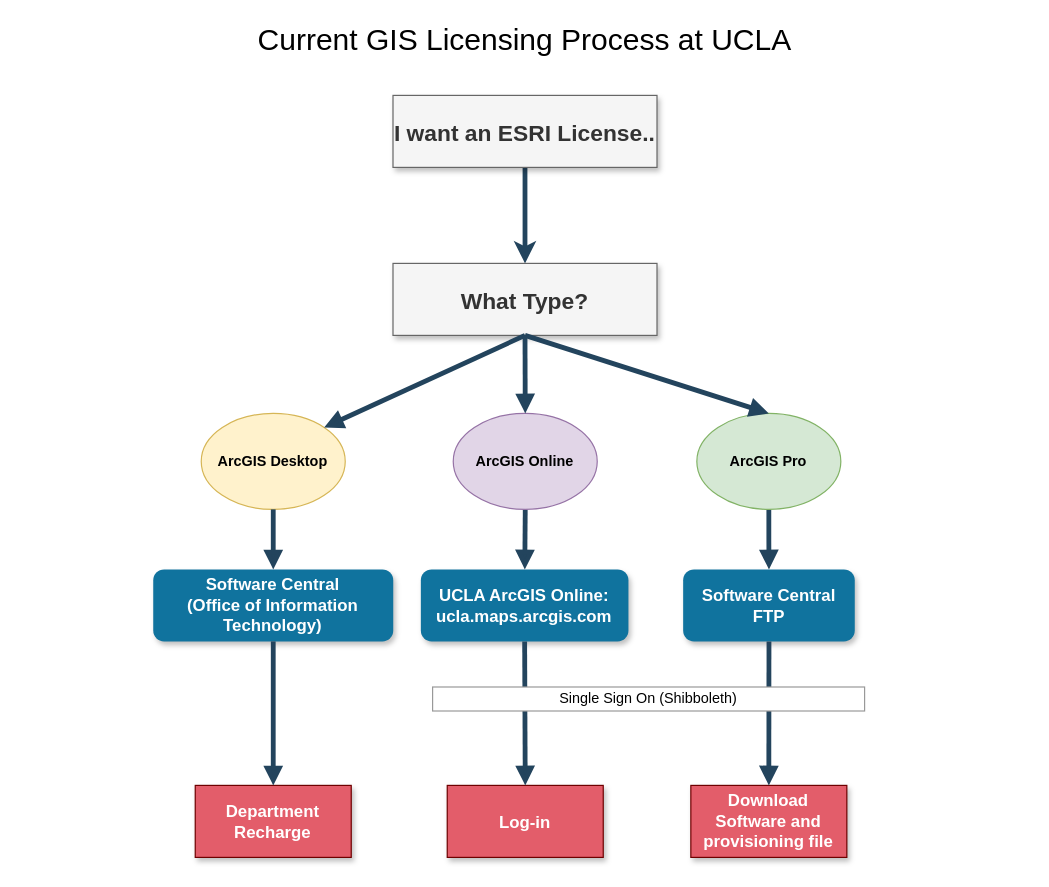
This is Proposed ArcGIS Licensing Process at UCLA v2.drawio from albertkun/uclagis, a draw.io file, before an edit. Source tidied: cells renumbered, new cells numbered last; positions are measured from the earlier drawing's top-left corner, leaving out a move shared by most shapes. Both pictures are drawn from the tidied source at 120%, with x=0, y=0 at pixel (20, 26).
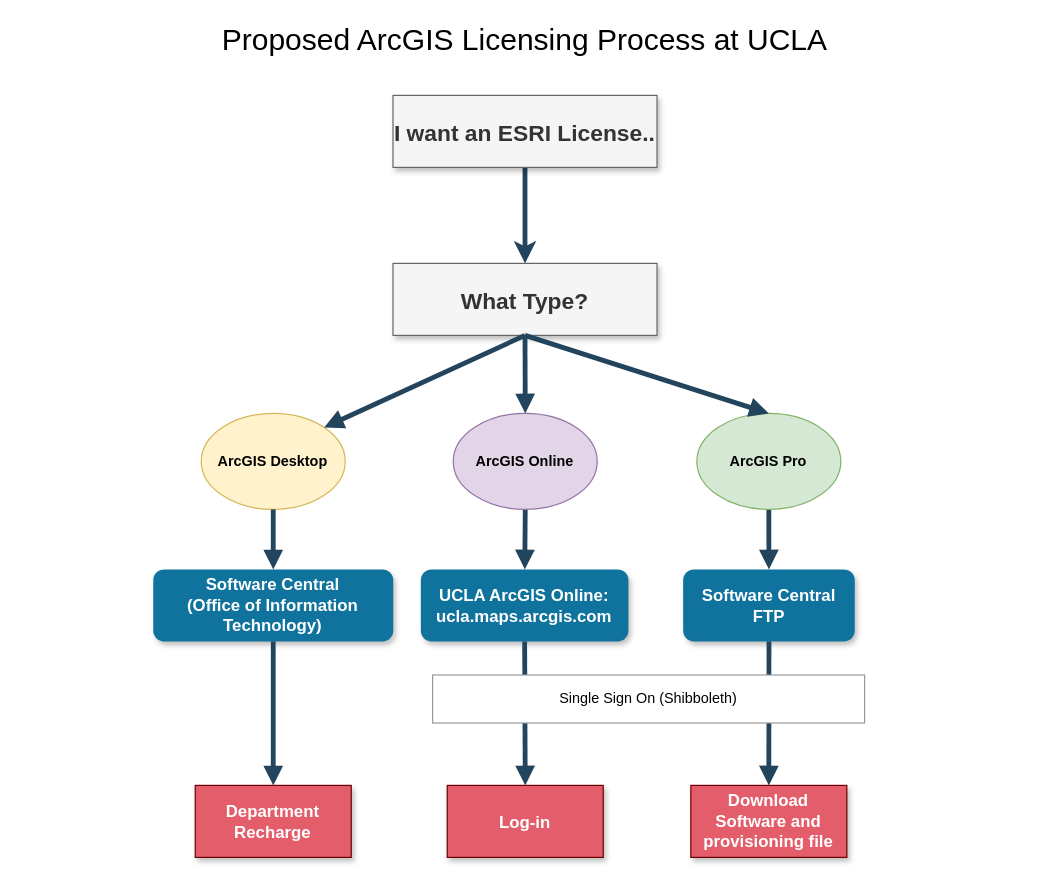
The same page after the edit.

The edit, as a diff of the source:
```diff
@@
-    <mxCell id="2" value="Current GIS Licensing Process at UCLA " style="text;html=1;align=center;verticalAlign=middle;whiteSpace=wrap;rounded=0;fontSize=25;fillColor=#ffffff;" parent="1" vertex="1">
+    <mxCell id="2" value="Proposed ArcGIS Licensing Process at UCLA " style="text;html=1;align=center;verticalAlign=middle;whiteSpace=wrap;rounded=0;fontSize=25;fillColor=#ffffff;" parent="1" vertex="1">
       <mxGeometry width="840" height="20" as="geometry" />
     </mxCell>
@@
-    <mxCell id="25" value="Single Sign On (Shibboleth)" style="rounded=0;whiteSpace=wrap;html=1;strokeColor=#999999;" parent="1" vertex="1">
-      <mxGeometry x="343" y="550" width="360" height="20" as="geometry" />
+    <mxCell id="25" value="Single Sign On (Shibboleth)" style="rounded=0;html=1;strokeColor=#999999;whiteSpace=wrap;" parent="1" vertex="1">
+      <mxGeometry x="343" y="540" width="360" height="40" as="geometry" />
     </mxCell>
```
